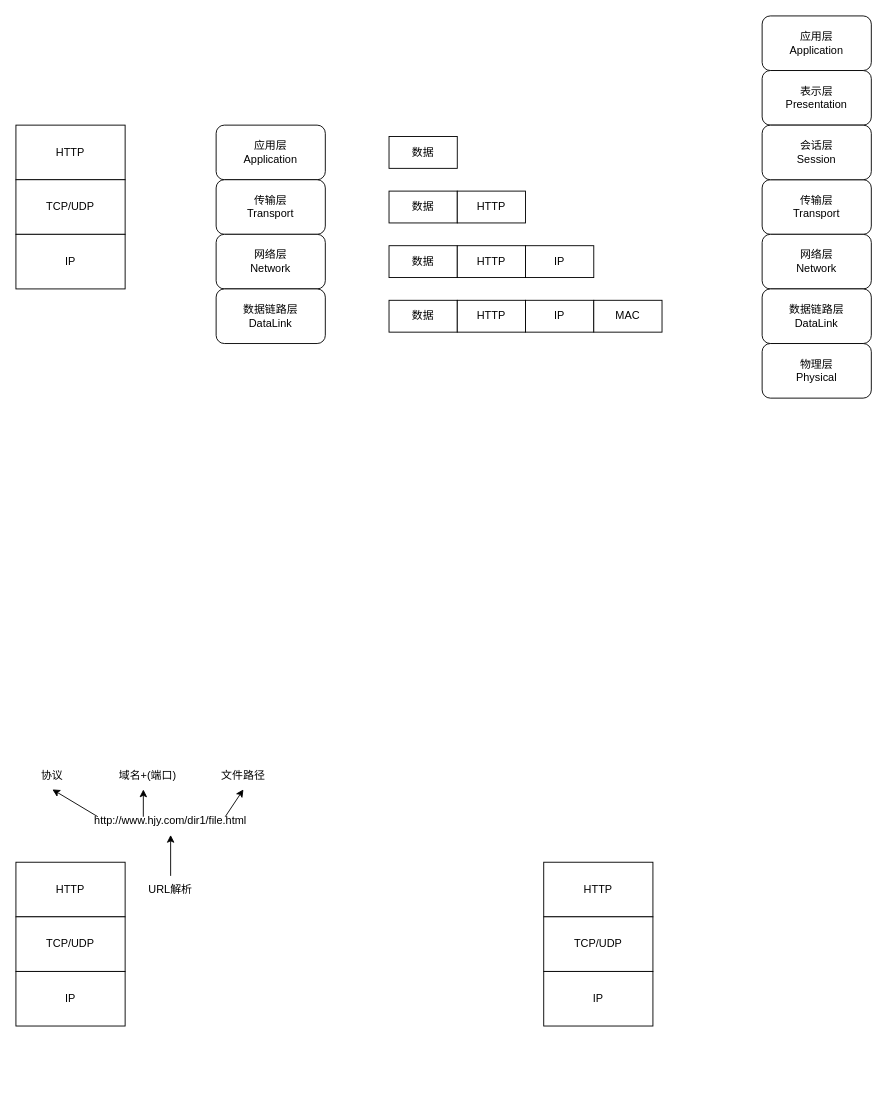
1155200424/diagrams keeps this draw.io diagram as 计算机网络.drawio. Above is the earlier version. Source tidied: cells renumbered, new cells numbered last; positions are measured from the earlier drawing's top-left corner, leaving out a move shared by most shapes. Both pictures are drawn from the tidied source at 91%, with x=0, y=0 at pixel (15, 15).
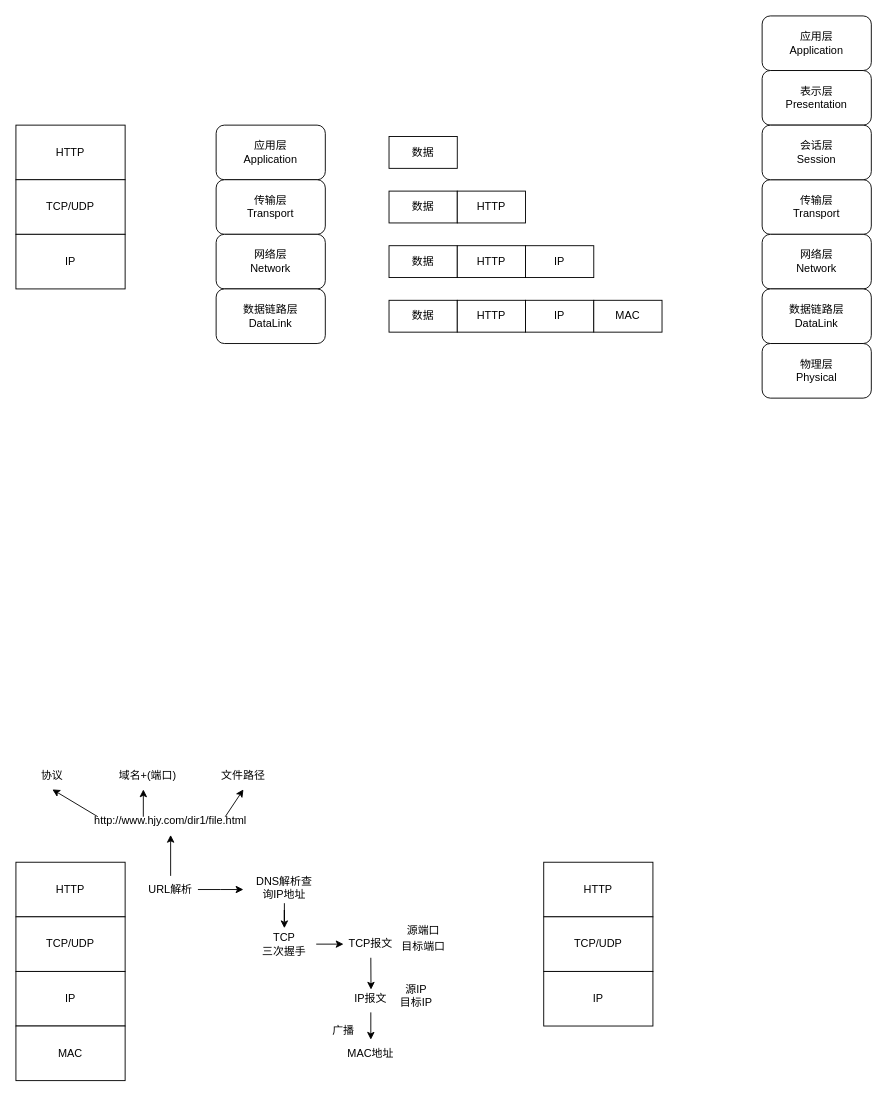
The same diagram, later.

Commit message (it also covers changes not shown here):
更新计算机网络.drawio

The change refers to these unchanged cells:
```xml
<mxCell id="33" value="URL解析" style="text;html=1;align=center;verticalAlign=middle;whiteSpace=wrap;rounded=0;" parent="1" vertex="1">
  <mxGeometry x="140" y="945" width="60" height="30" as="geometry" />
</mxCell>
```

Change to the diagram source:
```diff
@@
+    <mxCell id="41" style="edgeStyle=orthogonalEdgeStyle;rounded=0;jettySize=auto;html=1;exitX=1;exitY=0.5;exitDx=0;exitDy=0;" parent="1" edge="1" source="33">
+      <mxGeometry relative="1" as="geometry">
+        <mxPoint x="250" y="960" as="targetPoint" />
+      </mxGeometry>
+    </mxCell>
@@
+    <mxCell id="42" style="edgeStyle=orthogonalEdgeStyle;rounded=0;jettySize=auto;html=1;exitX=0.5;exitY=1;exitDx=0;exitDy=0;" parent="1" edge="1" source="43" target="45">
+      <mxGeometry relative="1" as="geometry" />
+    </mxCell>
+    <mxCell id="43" value="DNS解析查询IP地址" style="text;html=1;align=center;verticalAlign=middle;whiteSpace=wrap;rounded=0;" parent="1" vertex="1">
+      <mxGeometry x="260" y="940" width="70" height="35" as="geometry" />
+    </mxCell>
+    <mxCell id="44" style="edgeStyle=orthogonalEdgeStyle;rounded=0;jettySize=auto;html=1;exitX=1;exitY=0.5;exitDx=0;exitDy=0;entryX=0;entryY=0.5;entryDx=0;entryDy=0;" parent="1" edge="1" source="45" target="47">
+      <mxGeometry relative="1" as="geometry" />
+    </mxCell>
+    <mxCell id="45" value="TCP&lt;br&gt;三次握手" style="text;html=1;align=center;verticalAlign=middle;whiteSpace=wrap;rounded=0;" parent="1" vertex="1">
+      <mxGeometry x="260" y="1002.5" width="70" height="35" as="geometry" />
+    </mxCell>
+    <mxCell id="46" style="edgeStyle=orthogonalEdgeStyle;rounded=0;jettySize=auto;html=1;exitX=0.5;exitY=1;exitDx=0;exitDy=0;" parent="1" edge="1" source="47">
+      <mxGeometry relative="1" as="geometry">
+        <mxPoint x="390.2" y="1070" as="targetPoint" />
+      </mxGeometry>
+    </mxCell>
+    <mxCell id="47" value="TCP报文" style="text;html=1;align=center;verticalAlign=middle;whiteSpace=wrap;rounded=0;" parent="1" vertex="1">
+      <mxGeometry x="360" y="1005" width="60" height="30" as="geometry" />
+    </mxCell>
+    <mxCell id="48" style="edgeStyle=orthogonalEdgeStyle;rounded=0;jettySize=auto;html=1;exitX=0.5;exitY=1;exitDx=0;exitDy=0;entryX=0.5;entryY=0;entryDx=0;entryDy=0;" parent="1" edge="1" source="49" target="55">
+      <mxGeometry relative="1" as="geometry" />
+    </mxCell>
+    <mxCell id="49" value="IP报文" style="text;html=1;align=center;verticalAlign=middle;whiteSpace=wrap;rounded=0;" parent="1" vertex="1">
+      <mxGeometry x="360" y="1065" width="60" height="30" as="geometry" />
+    </mxCell>
+    <mxCell id="50" value="源端口" style="text;html=1;align=center;verticalAlign=middle;whiteSpace=wrap;rounded=0;" parent="1" vertex="1">
+      <mxGeometry x="417.5" y="990" width="60" height="30" as="geometry" />
+    </mxCell>
+    <mxCell id="51" value="目标端口" style="text;html=1;align=center;verticalAlign=middle;whiteSpace=wrap;rounded=0;" parent="1" vertex="1">
+      <mxGeometry x="417.5" y="1007.5" width="60" height="30" as="geometry" />
+    </mxCell>
+    <mxCell id="52" value="源IP" style="text;html=1;align=center;verticalAlign=middle;whiteSpace=wrap;rounded=0;" parent="1" vertex="1">
+      <mxGeometry x="410" y="1055" width="60" height="30" as="geometry" />
+    </mxCell>
+    <mxCell id="53" value="目标IP" style="text;html=1;align=center;verticalAlign=middle;whiteSpace=wrap;rounded=0;" parent="1" vertex="1">
+      <mxGeometry x="410" y="1070" width="60" height="30" as="geometry" />
+    </mxCell>
+    <mxCell id="54" value="MAC" style="rounded=0;whiteSpace=wrap;html=1;" parent="1" vertex="1">
+      <mxGeometry y="1110" width="120" height="60" as="geometry" />
+    </mxCell>
+    <mxCell id="55" value="MAC地址" style="text;html=1;align=center;verticalAlign=middle;whiteSpace=wrap;rounded=0;" parent="1" vertex="1">
+      <mxGeometry x="360" y="1125" width="60" height="30" as="geometry" />
+    </mxCell>
+    <mxCell id="56" value="广播" style="text;html=1;align=center;verticalAlign=middle;whiteSpace=wrap;rounded=0;" parent="1" vertex="1">
+      <mxGeometry x="330" y="1100" width="60" height="30" as="geometry" />
+    </mxCell>
```
